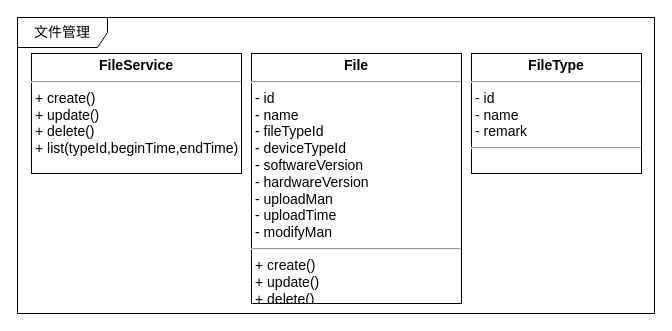
Earlier version of the draw.io diagram IOTManage/class-file.drawio (waterwatermelon/graph). Source tidied: cells renumbered, new cells numbered last; positions are measured from the earlier drawing's top-left corner, leaving out a move shared by most shapes. Both pictures are drawn from the tidied source at 100%, with x=0, y=0 at pixel (17, 17).
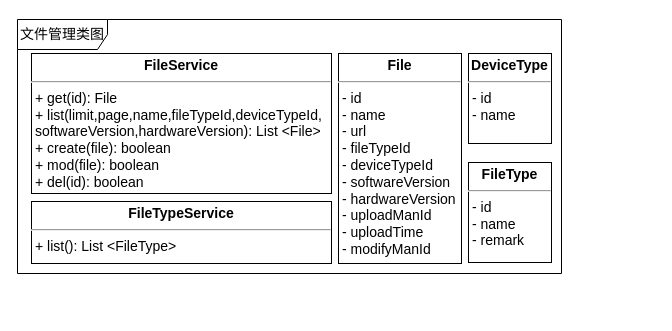
The same page after the edit.

Diff of the diagram source:
```diff
@@
 <mxGraphModel>
   <root>
     <mxCell id="0" />
     <mxCell id="1" parent="0" />
-    <mxCell id="2" value="文件管理" style="shape=umlFrame;whiteSpace=wrap;html=1;rounded=0;shadow=0;comic=0;labelBackgroundColor=none;strokeColor=#000000;strokeWidth=1;fillColor=#ffffff;fontFamily=Verdana;fontSize=14;fontColor=#000000;align=center;width=90;height=30;" parent="1" vertex="1">
-      <mxGeometry width="637" height="296" as="geometry" />
+    <mxCell id="2" value="文件管理类图" style="shape=umlFrame;whiteSpace=wrap;html=1;rounded=0;shadow=0;comic=0;labelBackgroundColor=none;strokeColor=#000000;strokeWidth=1;fillColor=#ffffff;fontFamily=Verdana;fontSize=14;fontColor=#000000;align=center;width=90;height=30;" parent="1" vertex="1">
+      <mxGeometry y="2" width="544" height="254" as="geometry" />
     </mxCell>
-    <mxCell id="3" value="&lt;p style=&quot;margin: 4px 0px 0px ; text-align: center ; font-size: 14px&quot;&gt;&lt;b&gt;FileService&lt;/b&gt;&lt;/p&gt;&lt;hr style=&quot;font-size: 14px&quot;&gt;&lt;p style=&quot;margin: 0px 0px 0px 4px ; font-size: 14px&quot;&gt;+ create()&lt;/p&gt;&lt;p style=&quot;margin: 0px 0px 0px 4px ; font-size: 14px&quot;&gt;+ update()&lt;/p&gt;&lt;p style=&quot;margin: 0px 0px 0px 4px ; font-size: 14px&quot;&gt;+ delete()&lt;/p&gt;&lt;p style=&quot;margin: 0px 0px 0px 4px ; font-size: 14px&quot;&gt;+ list(typeId,beginTime,endTime)&lt;/p&gt;" style="verticalAlign=top;align=left;overflow=fill;fontSize=14;fontFamily=Helvetica;html=1;" parent="1" vertex="1">
-      <mxGeometry x="14" y="36" width="210" height="120" as="geometry" />
+    <mxCell id="3" value="&lt;p style=&quot;margin: 4px 0px 0px ; text-align: center ; font-size: 14px&quot;&gt;&lt;b&gt;FileService&lt;/b&gt;&lt;/p&gt;&lt;hr style=&quot;font-size: 14px&quot;&gt;&lt;p style=&quot;margin: 0px 0px 0px 4px ; font-size: 14px&quot;&gt;+ get(id): File&lt;/p&gt;&lt;p style=&quot;margin: 0px 0px 0px 4px ; font-size: 14px&quot;&gt;+ list(&lt;span&gt;limit&lt;/span&gt;&lt;span&gt;,&lt;/span&gt;&lt;span&gt;page&lt;/span&gt;&lt;span&gt;,&lt;/span&gt;&lt;span&gt;name&lt;/span&gt;&lt;span&gt;,&lt;/span&gt;&lt;span&gt;fileTypeId&lt;/span&gt;&lt;span&gt;,&lt;/span&gt;&lt;span&gt;deviceTypeId&lt;/span&gt;&lt;span&gt;,&lt;/span&gt;&lt;/p&gt;&lt;p style=&quot;margin: 0px 0px 0px 4px ; font-size: 14px&quot;&gt;&lt;span&gt;softwareVersion&lt;/span&gt;&lt;span&gt;,&lt;/span&gt;&lt;span&gt;hardwareVersion&lt;/span&gt;&lt;span&gt;): List &amp;lt;File&amp;gt;&lt;/span&gt;&lt;/p&gt;&lt;p style=&quot;margin: 0px 0px 0px 4px ; font-size: 14px&quot;&gt;+ create(file): boolean&lt;/p&gt;&lt;p style=&quot;margin: 0px 0px 0px 4px ; font-size: 14px&quot;&gt;+ mod(file): boolean&amp;nbsp;&lt;/p&gt;&lt;p style=&quot;margin: 0px 0px 0px 4px ; font-size: 14px&quot;&gt;+ del(id): boolean&lt;/p&gt;" style="verticalAlign=top;align=left;overflow=fill;fontSize=14;fontFamily=Helvetica;html=1;" parent="1" vertex="1">
+      <mxGeometry x="14" y="36" width="300" height="140" as="geometry" />
     </mxCell>
-    <mxCell id="4" value="&lt;p style=&quot;margin: 4px 0px 0px ; text-align: center ; font-size: 14px&quot;&gt;&lt;b&gt;File&lt;/b&gt;&lt;br&gt;&lt;/p&gt;&lt;hr style=&quot;font-size: 14px&quot;&gt;&lt;p style=&quot;margin: 0px 0px 0px 4px ; font-size: 14px&quot;&gt;- id&lt;/p&gt;&lt;p style=&quot;margin: 0px 0px 0px 4px ; font-size: 14px&quot;&gt;- name&lt;/p&gt;&lt;p style=&quot;margin: 0px 0px 0px 4px ; font-size: 14px&quot;&gt;- fileTypeId&lt;/p&gt;&lt;p style=&quot;margin: 0px 0px 0px 4px ; font-size: 14px&quot;&gt;- deviceTypeId&lt;/p&gt;&lt;p style=&quot;margin: 0px 0px 0px 4px ; font-size: 14px&quot;&gt;- softwareVersion&lt;/p&gt;&lt;p style=&quot;margin: 0px 0px 0px 4px ; font-size: 14px&quot;&gt;- hardwareVersion&lt;/p&gt;&lt;p style=&quot;margin: 0px 0px 0px 4px ; font-size: 14px&quot;&gt;- uploadMan&lt;/p&gt;&lt;p style=&quot;margin: 0px 0px 0px 4px ; font-size: 14px&quot;&gt;- uploadTime&lt;/p&gt;&lt;p style=&quot;margin: 0px 0px 0px 4px ; font-size: 14px&quot;&gt;- modifyMan&lt;/p&gt;&lt;hr style=&quot;font-size: 14px&quot;&gt;&lt;p style=&quot;margin: 0px 0px 0px 4px ; font-size: 14px&quot;&gt;+ create()&lt;/p&gt;&lt;p style=&quot;margin: 0px 0px 0px 4px ; font-size: 14px&quot;&gt;+ update()&lt;/p&gt;&lt;p style=&quot;margin: 0px 0px 0px 4px ; font-size: 14px&quot;&gt;+ delete()&lt;/p&gt;" style="verticalAlign=top;align=left;overflow=fill;fontSize=14;fontFamily=Helvetica;html=1;" parent="1" vertex="1">
-      <mxGeometry x="234" y="36" width="210" height="250" as="geometry" />
+    <mxCell id="4" value="&lt;p style=&quot;margin: 4px 0px 0px ; text-align: center ; font-size: 14px&quot;&gt;&lt;b&gt;File&lt;/b&gt;&lt;br&gt;&lt;/p&gt;&lt;hr style=&quot;font-size: 14px&quot;&gt;&lt;p style=&quot;margin: 0px 0px 0px 4px ; font-size: 14px&quot;&gt;- id&lt;/p&gt;&lt;p style=&quot;margin: 0px 0px 0px 4px ; font-size: 14px&quot;&gt;- name&lt;/p&gt;&lt;p style=&quot;margin: 0px 0px 0px 4px ; font-size: 14px&quot;&gt;- url&lt;/p&gt;&lt;p style=&quot;margin: 0px 0px 0px 4px ; font-size: 14px&quot;&gt;- fileTypeId&lt;/p&gt;&lt;p style=&quot;margin: 0px 0px 0px 4px ; font-size: 14px&quot;&gt;- deviceTypeId&lt;/p&gt;&lt;p style=&quot;margin: 0px 0px 0px 4px ; font-size: 14px&quot;&gt;- softwareVersion&lt;/p&gt;&lt;p style=&quot;margin: 0px 0px 0px 4px ; font-size: 14px&quot;&gt;- hardwareVersion&lt;/p&gt;&lt;p style=&quot;margin: 0px 0px 0px 4px ; font-size: 14px&quot;&gt;- uploadManId&lt;/p&gt;&lt;p style=&quot;margin: 0px 0px 0px 4px ; font-size: 14px&quot;&gt;- uploadTime&lt;/p&gt;&lt;p style=&quot;margin: 0px 0px 0px 4px ; font-size: 14px&quot;&gt;- modifyManId&lt;/p&gt;&lt;br&gt;" style="verticalAlign=top;align=left;overflow=fill;fontSize=14;fontFamily=Helvetica;html=1;" parent="1" vertex="1">
+      <mxGeometry x="321" y="36" width="123" height="210" as="geometry" />
     </mxCell>
-    <mxCell id="5" value="&lt;p style=&quot;margin: 4px 0px 0px ; text-align: center ; font-size: 14px&quot;&gt;&lt;b&gt;FileType&lt;/b&gt;&lt;br&gt;&lt;/p&gt;&lt;hr style=&quot;font-size: 14px&quot;&gt;&lt;p style=&quot;margin: 0px 0px 0px 4px ; font-size: 14px&quot;&gt;- id&lt;/p&gt;&lt;p style=&quot;margin: 0px 0px 0px 4px ; font-size: 14px&quot;&gt;- name&lt;/p&gt;&lt;p style=&quot;margin: 0px 0px 0px 4px ; font-size: 14px&quot;&gt;- remark&lt;/p&gt;&lt;hr style=&quot;font-size: 14px&quot;&gt;&lt;p style=&quot;margin: 0px 0px 0px 4px ; font-size: 14px&quot;&gt;&lt;br&gt;&lt;/p&gt;" style="verticalAlign=top;align=left;overflow=fill;fontSize=14;fontFamily=Helvetica;html=1;" parent="1" vertex="1">
-      <mxGeometry x="454" y="36" width="170" height="120" as="geometry" />
+    <mxCell id="5" value="&lt;p style=&quot;margin: 4px 0px 0px ; text-align: center ; font-size: 14px&quot;&gt;&lt;b&gt;FileType&lt;/b&gt;&lt;br&gt;&lt;/p&gt;&lt;hr style=&quot;font-size: 14px&quot;&gt;&lt;p style=&quot;margin: 0px 0px 0px 4px ; font-size: 14px&quot;&gt;- id&lt;/p&gt;&lt;p style=&quot;margin: 0px 0px 0px 4px ; font-size: 14px&quot;&gt;- name&lt;/p&gt;&lt;p style=&quot;margin: 0px 0px 0px 4px ; font-size: 14px&quot;&gt;- remark&lt;/p&gt;&lt;p style=&quot;margin: 0px 0px 0px 4px ; font-size: 14px&quot;&gt;&lt;br&gt;&lt;/p&gt;" style="verticalAlign=top;align=left;overflow=fill;fontSize=14;fontFamily=Helvetica;html=1;" parent="1" vertex="1">
+      <mxGeometry x="451" y="145" width="83" height="100" as="geometry" />
     </mxCell>
+    <mxCell id="6" value="&lt;p style=&quot;margin: 4px 0px 0px ; text-align: center ; font-size: 14px&quot;&gt;&lt;b&gt;FileTypeService&lt;/b&gt;&lt;/p&gt;&lt;hr style=&quot;font-size: 14px&quot;&gt;&lt;p style=&quot;margin: 0px 0px 0px 4px ; font-size: 14px&quot;&gt;+ list(): List &amp;lt;FileType&amp;gt;&lt;br&gt;&lt;/p&gt;" style="verticalAlign=top;align=left;overflow=fill;fontSize=14;fontFamily=Helvetica;html=1;" parent="1" vertex="1">
+      <mxGeometry x="14" y="184" width="300" height="62" as="geometry" />
+    </mxCell>
+    <mxCell id="7" value="&lt;p style=&quot;margin: 4px 0px 0px ; text-align: center ; font-size: 14px&quot;&gt;&lt;b&gt;DeviceType&lt;/b&gt;&lt;br&gt;&lt;/p&gt;&lt;hr style=&quot;font-size: 14px&quot;&gt;&lt;p style=&quot;margin: 0px 0px 0px 4px ; font-size: 14px&quot;&gt;- id&lt;/p&gt;&lt;p style=&quot;margin: 0px 0px 0px 4px ; font-size: 14px&quot;&gt;- name&lt;/p&gt;&lt;p style=&quot;margin: 0px 0px 0px 4px ; font-size: 14px&quot;&gt;&lt;br&gt;&lt;/p&gt;" style="verticalAlign=top;align=left;overflow=fill;fontSize=14;fontFamily=Helvetica;html=1;" parent="1" vertex="1">
+      <mxGeometry x="451" y="36" width="83" height="90" as="geometry" />
+    </mxCell>
   </root>
 </mxGraphModel>
```
